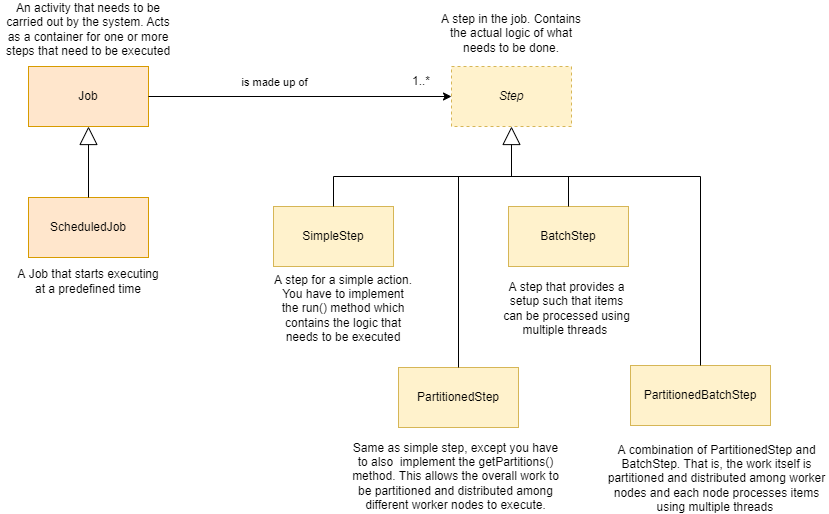
This is docs/img/sysagent-domain.drawio.png from it-blueprints/sysagent, a draw.io export, as it was before one commit. Source tidied: cells renumbered, new cells last; positions are measured from the earlier drawing's top-left corner, leaving out a move shared by most shapes. The source it was exported from:
```xml
<mxGraphModel>
  <root>
    <mxCell id="0" />
    <mxCell id="1" parent="0" />
    <mxCell id="2" value="Job" style="rounded=0;whiteSpace=wrap;html=1;fillColor=#ffe6cc;strokeColor=#d79b00;" parent="1" vertex="1">
      <mxGeometry x="28" y="58" width="120" height="60" as="geometry" />
    </mxCell>
    <mxCell id="3" value="&lt;i&gt;Step&lt;br&gt;&lt;/i&gt;" style="rounded=0;whiteSpace=wrap;html=1;fillColor=#fff2cc;strokeColor=#d6b656;dashed=1;" parent="1" vertex="1">
      <mxGeometry x="451" y="58" width="120" height="60" as="geometry" />
    </mxCell>
    <mxCell id="4" value="SimpleStep" style="rounded=0;whiteSpace=wrap;html=1;fillColor=#fff2cc;strokeColor=#d6b656;" parent="1" vertex="1">
      <mxGeometry x="273" y="198" width="120" height="60" as="geometry" />
    </mxCell>
    <mxCell id="5" value="ScheduledJob" style="rounded=0;whiteSpace=wrap;html=1;fillColor=#ffe6cc;strokeColor=#d79b00;" parent="1" vertex="1">
      <mxGeometry x="28" y="189" width="120" height="60" as="geometry" />
    </mxCell>
    <mxCell id="6" style="endArrow=block;endSize=16;endFill=0;html=1;rounded=0;exitX=0.5;exitY=0;exitDx=0;exitDy=0;entryX=0.5;entryY=1;entryDx=0;entryDy=0;fillColor=#ffe6cc;strokeColor=#000000;" parent="1" edge="1" source="5" target="2">
      <mxGeometry relative="1" as="geometry" />
    </mxCell>
    <mxCell id="7" value="PartitionedStep" style="rounded=0;whiteSpace=wrap;html=1;fillColor=#fff2cc;strokeColor=#d6b656;" parent="1" vertex="1">
      <mxGeometry x="398" y="359" width="120" height="60" as="geometry" />
    </mxCell>
    <mxCell id="8" value="BatchStep" style="rounded=0;whiteSpace=wrap;html=1;fillColor=#fff2cc;strokeColor=#d6b656;" parent="1" vertex="1">
      <mxGeometry x="508" y="198" width="120" height="60" as="geometry" />
    </mxCell>
    <mxCell id="9" value="PartitionedBatchStep" style="rounded=0;whiteSpace=wrap;html=1;fillColor=#fff2cc;strokeColor=#d6b656;" parent="1" vertex="1">
      <mxGeometry x="630" y="357" width="140" height="60" as="geometry" />
    </mxCell>
    <mxCell id="10" style="endArrow=block;endSize=16;endFill=0;html=1;rounded=0;entryX=0.5;entryY=1;entryDx=0;entryDy=0;edgeStyle=orthogonalEdgeStyle;exitX=0.5;exitY=0;exitDx=0;exitDy=0;" parent="1" edge="1" source="4" target="3">
      <mxGeometry relative="1" as="geometry">
        <Array as="points">
          <mxPoint x="333" y="168" />
          <mxPoint x="511" y="168" />
        </Array>
      </mxGeometry>
    </mxCell>
    <mxCell id="11" style="endArrow=none;html=1;rounded=0;exitX=0.5;exitY=0;exitDx=0;exitDy=0;" parent="1" edge="1" source="8">
      <mxGeometry relative="1" as="geometry">
        <mxPoint x="568" y="168" as="targetPoint" />
      </mxGeometry>
    </mxCell>
    <mxCell id="12" style="endArrow=none;html=1;rounded=0;exitX=0.5;exitY=0;exitDx=0;exitDy=0;" parent="1" edge="1" source="7">
      <mxGeometry relative="1" as="geometry">
        <mxPoint x="458" y="168" as="targetPoint" />
      </mxGeometry>
    </mxCell>
    <mxCell id="13" style="endArrow=none;html=1;rounded=0;entryX=0.5;entryY=0;entryDx=0;entryDy=0;edgeStyle=orthogonalEdgeStyle;" parent="1" edge="1" target="9">
      <mxGeometry relative="1" as="geometry">
        <mxPoint x="508" y="168" as="sourcePoint" />
      </mxGeometry>
    </mxCell>
    <mxCell id="14" style="endArrow=classic;html=1;rounded=0;exitX=1;exitY=0.5;exitDx=0;exitDy=0;entryX=0;entryY=0.5;entryDx=0;entryDy=0;" parent="1" edge="1" source="2" target="3">
      <mxGeometry relative="1" as="geometry" />
    </mxCell>
    <mxCell id="15" value="is made up of" style="edgeLabel;html=1;align=center;verticalAlign=middle;" parent="14" vertex="1">
      <mxGeometry x="-0.15" relative="1" as="geometry">
        <mxPoint x="-4" y="-15" as="offset" />
      </mxGeometry>
    </mxCell>
    <mxCell id="16" value="1..*" style="text;html=1;strokeColor=none;fillColor=none;align=center;verticalAlign=middle;whiteSpace=wrap;rounded=0;" parent="1" vertex="1">
      <mxGeometry x="391" y="58" width="60" height="30" as="geometry" />
    </mxCell>
    <mxCell id="17" value="An activity that needs to be carried out by the system.&amp;nbsp;Acts as a container for one or more steps that need to be executed" style="text;html=1;strokeColor=none;fillColor=none;align=center;verticalAlign=middle;whiteSpace=wrap;rounded=0;" parent="1" vertex="1">
      <mxGeometry y="6" width="176" height="30" as="geometry" />
    </mxCell>
    <mxCell id="18" value="A Job that starts executing at a predefined time" style="text;html=1;strokeColor=none;fillColor=none;align=center;verticalAlign=middle;whiteSpace=wrap;rounded=0;" parent="1" vertex="1">
      <mxGeometry x="13" y="258" width="150" height="30" as="geometry" />
    </mxCell>
    <mxCell id="19" value="A step in the job. Contains the actual logic of what needs to be done." style="text;html=1;strokeColor=none;fillColor=none;align=center;verticalAlign=middle;whiteSpace=wrap;rounded=0;" parent="1" vertex="1">
      <mxGeometry x="436" width="150" height="50" as="geometry" />
    </mxCell>
    <mxCell id="20" value="A step that provides a setup such that items can be processed using multiple threads&amp;nbsp;" style="text;html=1;strokeColor=none;fillColor=none;align=center;verticalAlign=middle;whiteSpace=wrap;rounded=0;" parent="1" vertex="1">
      <mxGeometry x="499" y="285" width="135" height="30" as="geometry" />
    </mxCell>
    <mxCell id="21" value="Same as simple step, except you have to also&amp;nbsp; implement the getPartitions() method. This allows the overall work to be partitioned and distributed among different worker nodes to execute." style="text;html=1;strokeColor=none;fillColor=none;align=center;verticalAlign=middle;whiteSpace=wrap;rounded=0;" parent="1" vertex="1">
      <mxGeometry x="348" y="453" width="215" height="30" as="geometry" />
    </mxCell>
    <mxCell id="22" value="A step for a simple action.&lt;br&gt;You have to implement&lt;br&gt;the run() method which contains the logic that needs to be executed" style="text;html=1;strokeColor=none;fillColor=none;align=center;verticalAlign=middle;whiteSpace=wrap;rounded=0;" parent="1" vertex="1">
      <mxGeometry x="268" y="285" width="150" height="30" as="geometry" />
    </mxCell>
    <mxCell id="23" value="A combination of PartitionedStep and BatchStep. That is, the work itself is partitioned and distributed among worker nodes and each node processes items using multiple threads&amp;nbsp;" style="text;html=1;strokeColor=none;fillColor=none;align=center;verticalAlign=middle;whiteSpace=wrap;rounded=0;" parent="1" vertex="1">
      <mxGeometry x="605" y="455" width="223" height="30" as="geometry" />
    </mxCell>
  </root>
</mxGraphModel>
```
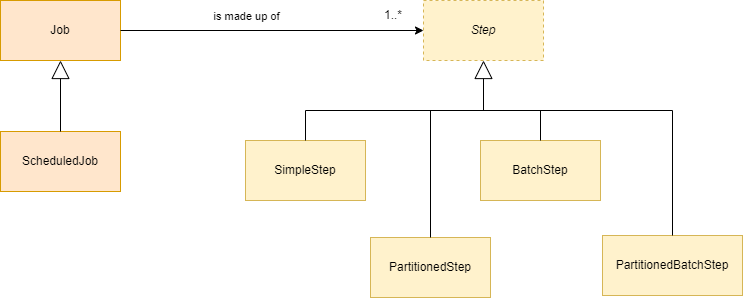
After the change.

The edit, as a diff of the source:
```diff
@@ -18,13 +18,13 @@
       <mxGeometry relative="1" as="geometry" />
     </mxCell>
     <mxCell id="7" value="PartitionedStep" style="rounded=0;whiteSpace=wrap;html=1;fillColor=#fff2cc;strokeColor=#d6b656;" parent="1" vertex="1">
-      <mxGeometry x="398" y="359" width="120" height="60" as="geometry" />
+      <mxGeometry x="398" y="295" width="120" height="60" as="geometry" />
     </mxCell>
     <mxCell id="8" value="BatchStep" style="rounded=0;whiteSpace=wrap;html=1;fillColor=#fff2cc;strokeColor=#d6b656;" parent="1" vertex="1">
       <mxGeometry x="508" y="198" width="120" height="60" as="geometry" />
     </mxCell>
     <mxCell id="9" value="PartitionedBatchStep" style="rounded=0;whiteSpace=wrap;html=1;fillColor=#fff2cc;strokeColor=#d6b656;" parent="1" vertex="1">
-      <mxGeometry x="630" y="357" width="140" height="60" as="geometry" />
+      <mxGeometry x="630" y="293" width="140" height="60" as="geometry" />
     </mxCell>
     <mxCell id="10" style="endArrow=block;endSize=16;endFill=0;html=1;rounded=0;entryX=0.5;entryY=1;entryDx=0;entryDy=0;edgeStyle=orthogonalEdgeStyle;exitX=0.5;exitY=0;exitDx=0;exitDy=0;" parent="1" edge="1" source="4" target="3">
       <mxGeometry relative="1" as="geometry">
@@ -60,26 +60,5 @@
     <mxCell id="16" value="1..*" style="text;html=1;strokeColor=none;fillColor=none;align=center;verticalAlign=middle;whiteSpace=wrap;rounded=0;" parent="1" vertex="1">
       <mxGeometry x="391" y="58" width="60" height="30" as="geometry" />
     </mxCell>
-    <mxCell id="17" value="An activity that needs to be carried out by the system.&amp;nbsp;Acts as a container for one or more steps that need to be executed" style="text;html=1;strokeColor=none;fillColor=none;align=center;verticalAlign=middle;whiteSpace=wrap;rounded=0;" parent="1" vertex="1">
-      <mxGeometry y="6" width="176" height="30" as="geometry" />
-    </mxCell>
-    <mxCell id="18" value="A Job that starts executing at a predefined time" style="text;html=1;strokeColor=none;fillColor=none;align=center;verticalAlign=middle;whiteSpace=wrap;rounded=0;" parent="1" vertex="1">
-      <mxGeometry x="13" y="258" width="150" height="30" as="geometry" />
-    </mxCell>
-    <mxCell id="19" value="A step in the job. Contains the actual logic of what needs to be done." style="text;html=1;strokeColor=none;fillColor=none;align=center;verticalAlign=middle;whiteSpace=wrap;rounded=0;" parent="1" vertex="1">
-      <mxGeometry x="436" width="150" height="50" as="geometry" />
-    </mxCell>
-    <mxCell id="20" value="A step that provides a setup such that items can be processed using multiple threads&amp;nbsp;" style="text;html=1;strokeColor=none;fillColor=none;align=center;verticalAlign=middle;whiteSpace=wrap;rounded=0;" parent="1" vertex="1">
-      <mxGeometry x="499" y="285" width="135" height="30" as="geometry" />
-    </mxCell>
-    <mxCell id="21" value="Same as simple step, except you have to also&amp;nbsp; implement the getPartitions() method. This allows the overall work to be partitioned and distributed among different worker nodes to execute." style="text;html=1;strokeColor=none;fillColor=none;align=center;verticalAlign=middle;whiteSpace=wrap;rounded=0;" parent="1" vertex="1">
-      <mxGeometry x="348" y="453" width="215" height="30" as="geometry" />
-    </mxCell>
-    <mxCell id="22" value="A step for a simple action.&lt;br&gt;You have to implement&lt;br&gt;the run() method which contains the logic that needs to be executed" style="text;html=1;strokeColor=none;fillColor=none;align=center;verticalAlign=middle;whiteSpace=wrap;rounded=0;" parent="1" vertex="1">
-      <mxGeometry x="268" y="285" width="150" height="30" as="geometry" />
-    </mxCell>
-    <mxCell id="23" value="A combination of PartitionedStep and BatchStep. That is, the work itself is partitioned and distributed among worker nodes and each node processes items using multiple threads&amp;nbsp;" style="text;html=1;strokeColor=none;fillColor=none;align=center;verticalAlign=middle;whiteSpace=wrap;rounded=0;" parent="1" vertex="1">
-      <mxGeometry x="605" y="455" width="223" height="30" as="geometry" />
-    </mxCell>
   </root>
 </mxGraphModel>
```
